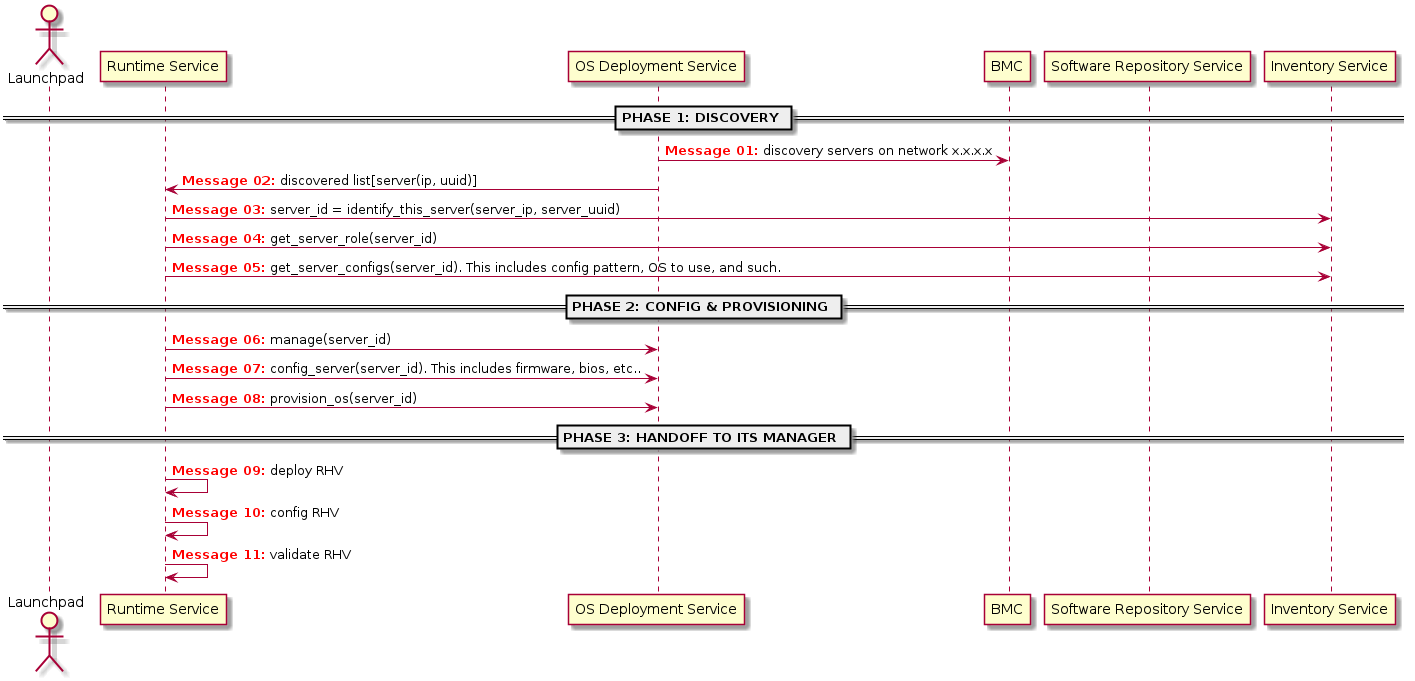
Earlier version of the PlantUML export diagrams/ibb rhhi setup sequence.png (fengxia41103/myblog).
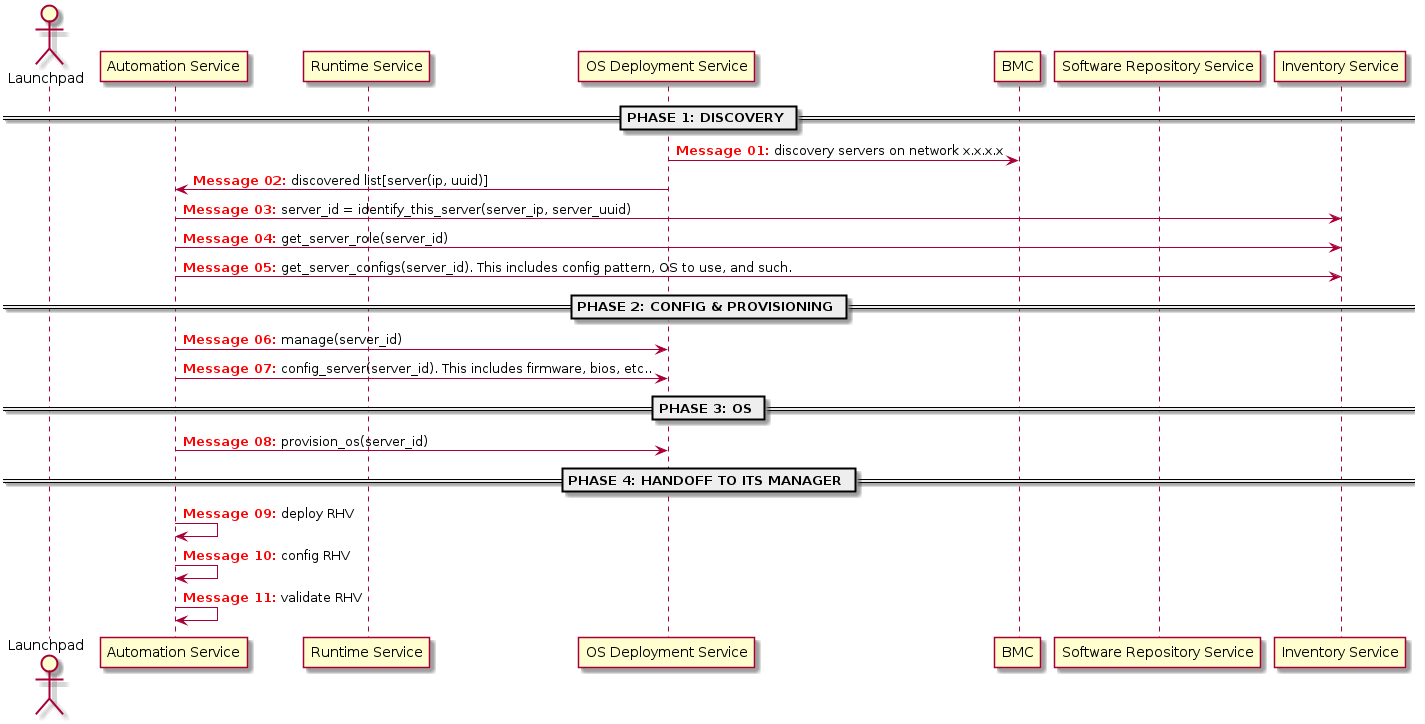
After the change.

The edit, as a diff of the source:
```diff
@@ -3,7 +3,8 @@
 autonumber "<font color=red><b>Message 00:"
 
 actor Launchpad
-participant "Runtime Service" as Tower
+participant "Automation Service" as Tower
+participant "Runtime Service" as RHHI
 participant "OS Deployment Service" as LXCA
 participant BMC
 participant "Software Repository Service" as Satellite
@@ -19,9 +20,11 @@
 == PHASE 2: CONFIG & PROVISIONING ==
 Tower -> LXCA: manage(server_id)
 Tower -> LXCA: config_server(server_id). This includes firmware, bios, etc..
+
+== PHASE 3: OS ==
 Tower -> LXCA: provision_os(server_id)
 
-== PHASE 3: HANDOFF TO ITS MANAGER ==
+== PHASE 4: HANDOFF TO ITS MANAGER ==
 Tower -> Tower: deploy RHV
 Tower -> Tower: config RHV
 Tower -> Tower: validate RHV
```
